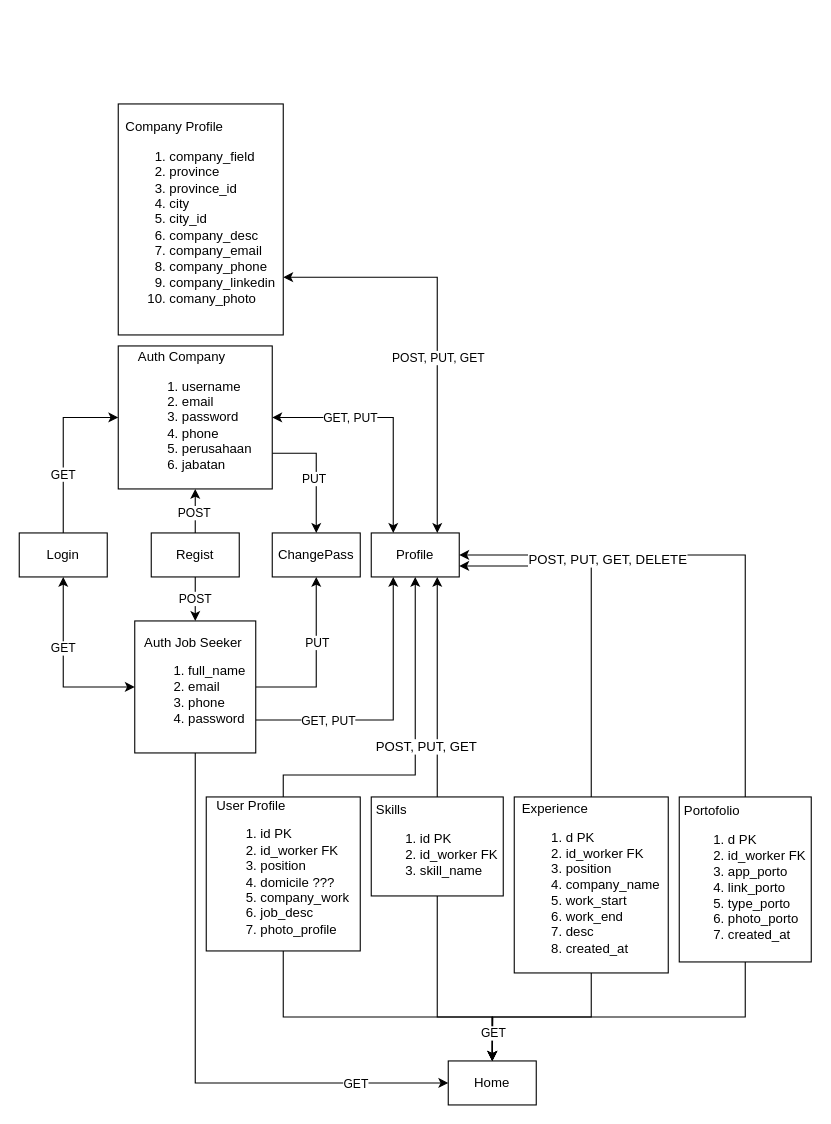
Above: DFD CRUD.drawio in LKanugrahan/StorageTeamProjectBE (draw.io), before the change. Source tidied: cells renumbered, new cells numbered last; positions are measured from the earlier drawing's top-left corner, leaving out a move shared by most shapes. Both pictures are drawn from the tidied source at 110%, with x=0, y=0 at pixel (19, 103).
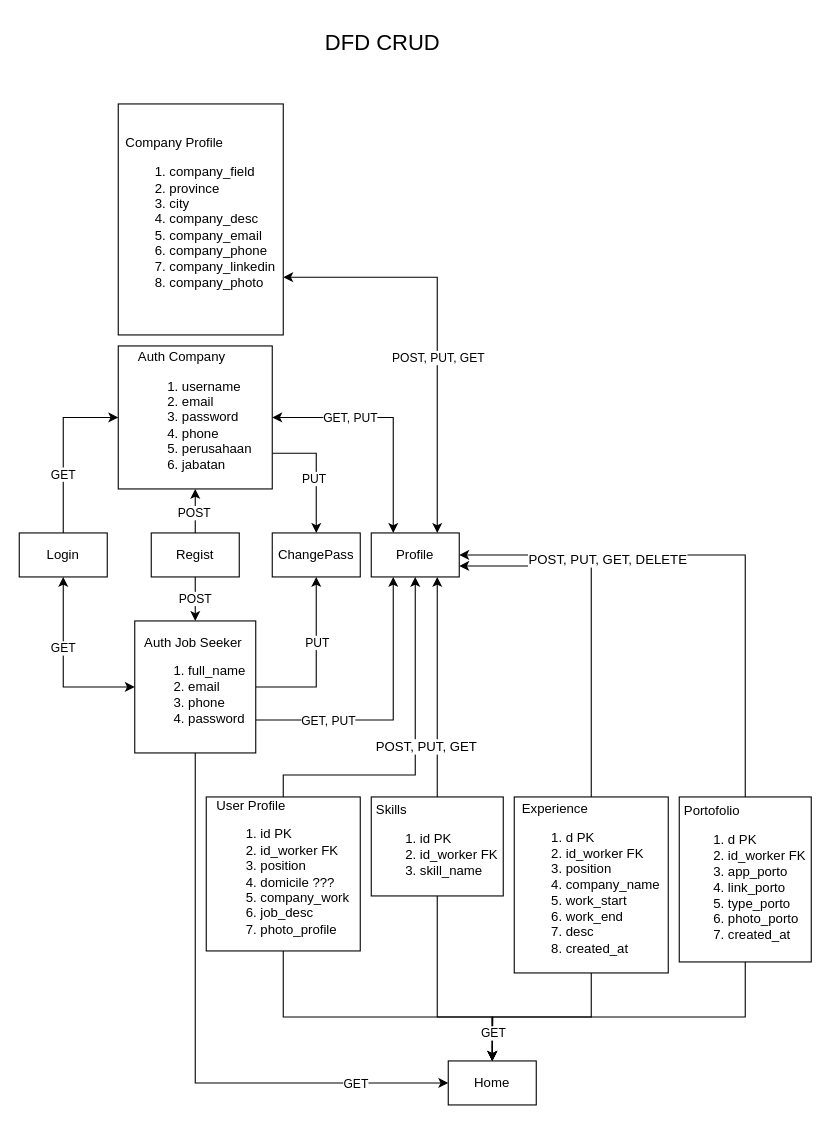
The same diagram, later.

Change to the diagram source:
```diff
@@
-    <mxCell id="37" value="&lt;div style=&quot;text-align: left;&quot;&gt;Company Profile&lt;/div&gt;&lt;div style=&quot;text-align: left;&quot;&gt;&lt;ol&gt;&lt;li&gt;&lt;span style=&quot;background-color: initial;&quot;&gt;company_field&lt;/span&gt;&lt;br&gt;&lt;/li&gt;&lt;li&gt;&lt;span style=&quot;background-color: initial;&quot;&gt;province&lt;/span&gt;&lt;/li&gt;&lt;li&gt;&lt;span style=&quot;background-color: initial;&quot;&gt;province_id&lt;/span&gt;&lt;/li&gt;&lt;li&gt;&lt;span style=&quot;background-color: initial;&quot;&gt;city&lt;/span&gt;&lt;/li&gt;&lt;li&gt;&lt;span style=&quot;background-color: initial;&quot;&gt;city_id&lt;/span&gt;&lt;/li&gt;&lt;li&gt;&lt;span style=&quot;background-color: initial;&quot;&gt;company_desc&lt;/span&gt;&lt;/li&gt;&lt;li&gt;company_email&lt;/li&gt;&lt;li&gt;company_phone&lt;/li&gt;&lt;li&gt;company_linkedin&lt;/li&gt;&lt;li&gt;comany_photo&lt;/li&gt;&lt;/ol&gt;&lt;/div&gt;&lt;div style=&quot;text-align: justify;&quot;&gt;&lt;/div&gt;" style="rounded=0;whiteSpace=wrap;html=1;" parent="1" vertex="1">
+    <mxCell id="37" value="&lt;div style=&quot;text-align: left;&quot;&gt;Company Profile&lt;/div&gt;&lt;div style=&quot;text-align: left;&quot;&gt;&lt;ol&gt;&lt;li&gt;&lt;span style=&quot;background-color: initial;&quot;&gt;company_field&lt;/span&gt;&lt;br&gt;&lt;/li&gt;&lt;li&gt;&lt;span style=&quot;background-color: initial;&quot;&gt;province&lt;/span&gt;&lt;/li&gt;&lt;li&gt;&lt;span style=&quot;background-color: initial;&quot;&gt;city&lt;/span&gt;&lt;/li&gt;&lt;li&gt;&lt;span style=&quot;background-color: initial;&quot;&gt;company_desc&lt;/span&gt;&lt;/li&gt;&lt;li&gt;company_email&lt;/li&gt;&lt;li&gt;company_phone&lt;/li&gt;&lt;li&gt;company_linkedin&lt;/li&gt;&lt;li&gt;company_photo&lt;/li&gt;&lt;/ol&gt;&lt;/div&gt;&lt;div style=&quot;text-align: justify;&quot;&gt;&lt;/div&gt;" style="rounded=0;whiteSpace=wrap;html=1;" parent="1" vertex="1">
       <mxGeometry x="90" width="150" height="210" as="geometry" />
     </mxCell>
@@
+    <mxCell id="45" value="&lt;font style=&quot;font-size: 20px;&quot;&gt;DFD CRUD&lt;/font&gt;" style="text;html=1;align=center;verticalAlign=middle;strokeColor=none;fillColor=none;" parent="1" vertex="1">
+      <mxGeometry x="265" y="-77" width="130" height="40" as="geometry" />
+    </mxCell>
```
